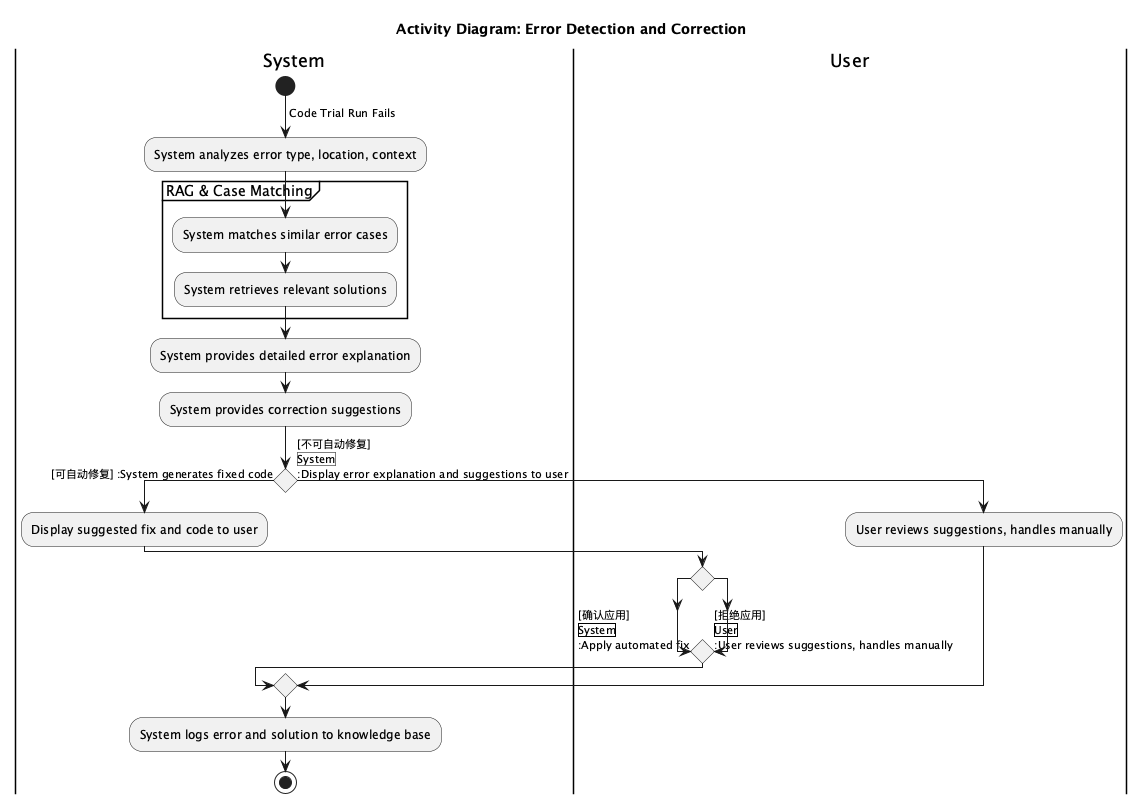
stepbystepcode/CodeWay keeps this PlantUML diagram as latex/UML/Activity/Error-Detection-and-Correction.png. Above is the earlier version.
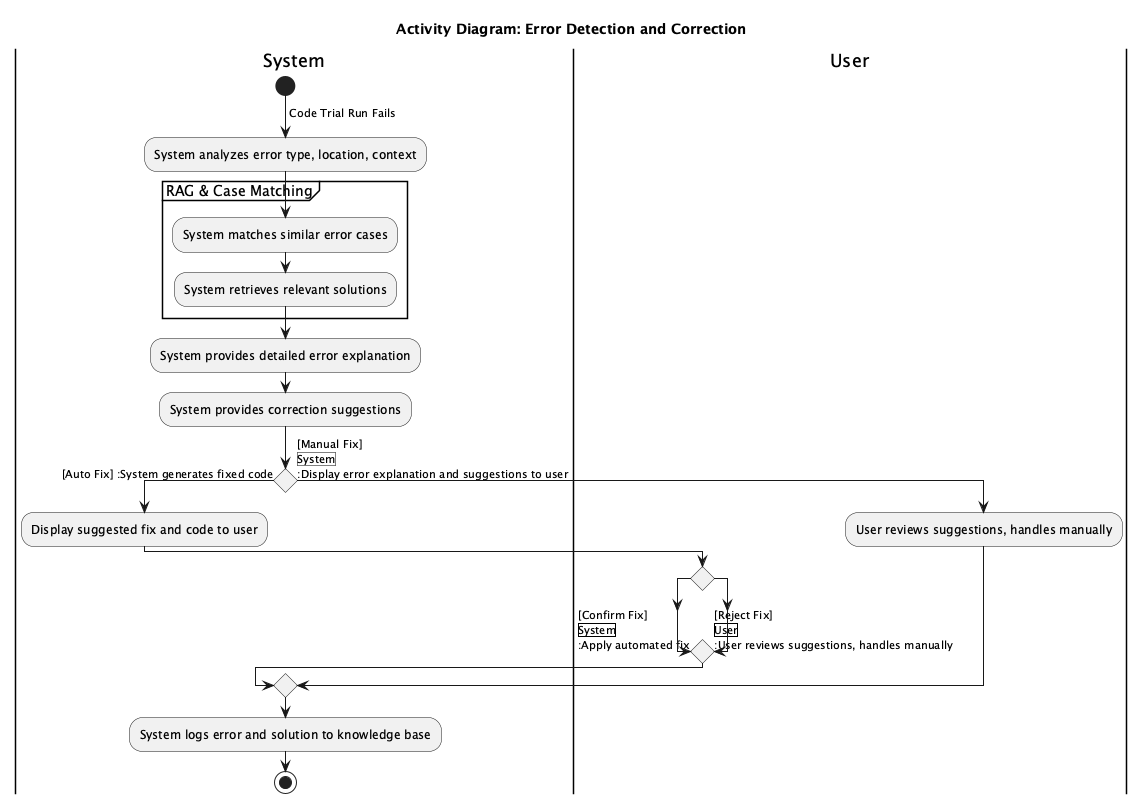
The same file after the commit.

What changed in the source:
```diff
@@ -12,21 +12,21 @@
 :System provides detailed error explanation;
 :System provides correction suggestions;
 if () then
-  ->[可自动修复] :System generates fixed code;
+  ->[Auto Fix] :System generates fixed code;
   :Display suggested fix and code to user;
 
   |User|
   if () then
-    ->[确认应用]
+    ->[Confirm Fix]
     |System|
     :Apply automated fix;
   else
-    ->[拒绝应用]
+    ->[Reject Fix]
     |User|
     :User reviews suggestions, handles manually;
   endif
 else
-  ->[不可自动修复]
+  ->[Manual Fix]
   |System|
   :Display error explanation and suggestions to user;
 
```
